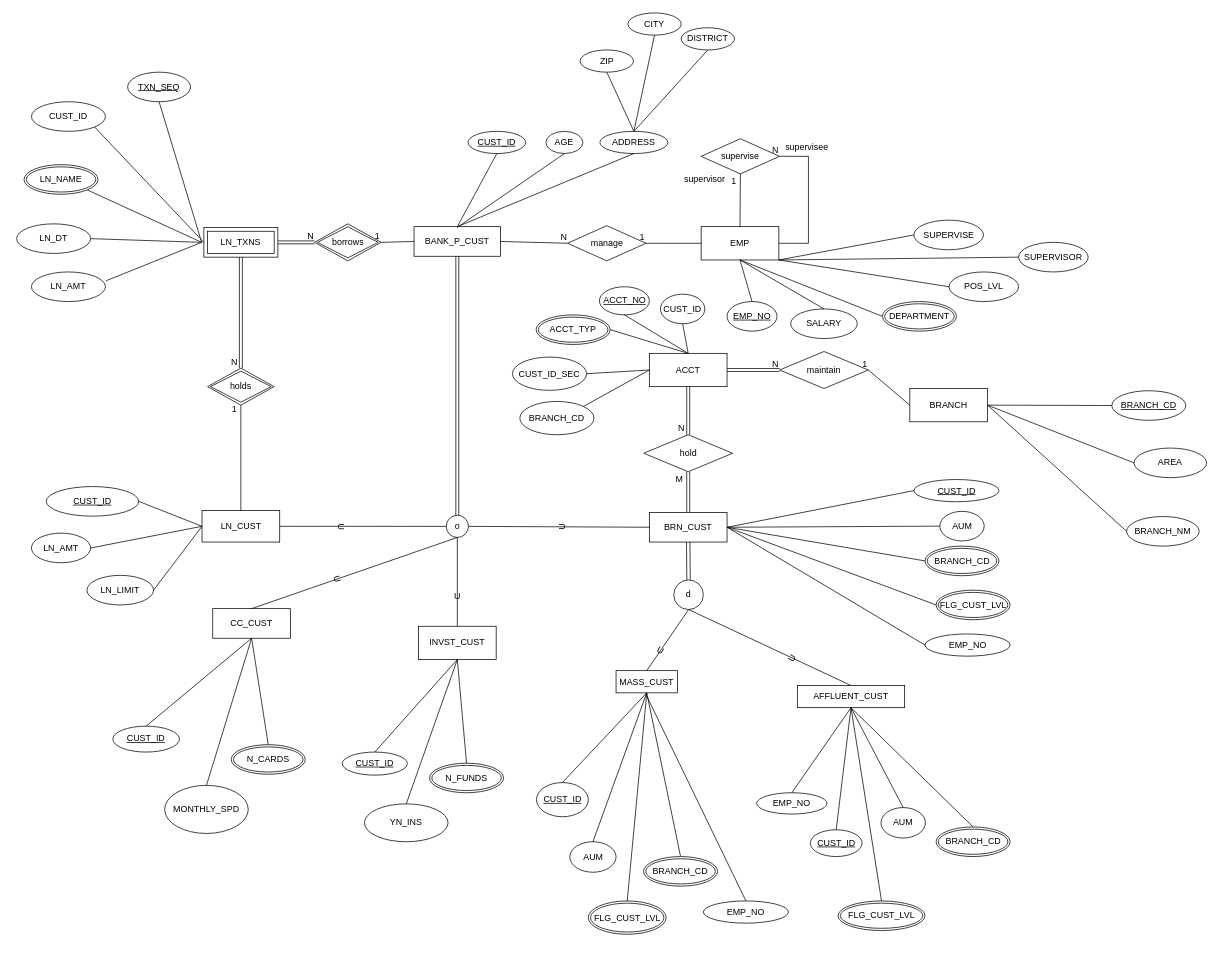
The draw.io diagram Homeworks/hw2.drawio in qqaazz800624/2023_Database_Systems_SQLtoNoSQL, before the edit. Source tidied: cells renumbered, new cells numbered last; positions are measured from the earlier drawing's top-left corner, leaving out a move shared by most shapes. Both pictures are drawn from the tidied source at 74%, with x=0, y=0 at pixel (16, 13).
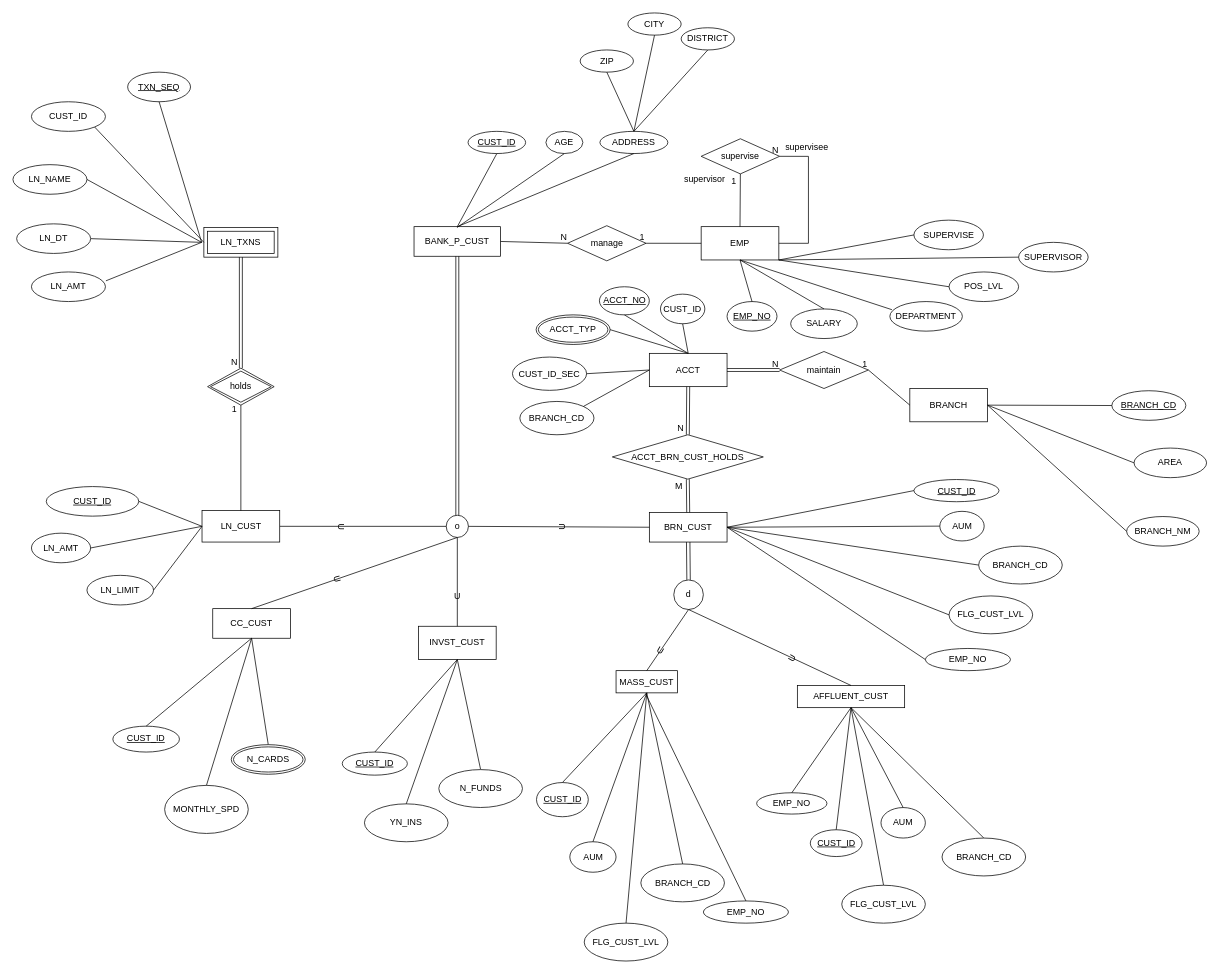
The same diagram, later.

The change refers to these unchanged cells:
```xml
<mxCell id="2" value="BANK_P_CUST" style="rounded=0;whiteSpace=wrap;html=1;" parent="1" vertex="1">
  <mxGeometry x="537" y="288.8" width="117" height="40" as="geometry" />
</mxCell>
<mxCell id="4" value="BRN_CUST" style="rounded=0;whiteSpace=wrap;html=1;" parent="1" vertex="1">
  <mxGeometry x="855" y="675" width="105" height="40" as="geometry" />
</mxCell>
<mxCell id="17" value="MASS_CUST" style="rounded=0;whiteSpace=wrap;html=1;" parent="1" vertex="1">
  <mxGeometry x="810" y="888.8" width="83" height="30" as="geometry" />
</mxCell>
<mxCell id="18" value="AFFLUENT_CUST" style="rounded=0;whiteSpace=wrap;html=1;" parent="1" vertex="1">
  <mxGeometry x="1055" y="908.8" width="145" height="30" as="geometry" />
</mxCell>
<mxCell id="64" value="LN_TXNS" style="shape=ext;margin=3;double=1;whiteSpace=wrap;html=1;align=center;" parent="1" vertex="1">
  <mxGeometry x="253" y="290" width="100" height="40" as="geometry" />
</mxCell>
<mxCell id="76" value="EMP" style="rounded=0;whiteSpace=wrap;html=1;" parent="1" vertex="1">
  <mxGeometry x="925" y="288.8" width="105" height="45" as="geometry" />
</mxCell>
```

Diff of the diagram source:
```diff
@@
-    <mxCell id="29" style="endArrow=none;html=1;rounded=0;exitX=1;exitY=1;exitDx=0;exitDy=0;entryX=0;entryY=0.5;entryDx=0;entryDy=0;" parent="1" edge="1" source="131">
+    <mxCell id="29" style="endArrow=none;html=1;rounded=0;exitX=1;exitY=0.5;exitDx=0;exitDy=0;entryX=0;entryY=0.5;entryDx=0;entryDy=0;" parent="1" edge="1" source="131">
       <mxGeometry relative="1" as="geometry">
         <mxPoint x="250" y="310" as="targetPoint" />
       </mxGeometry>
     </mxCell>
@@
-    <mxCell id="42" value="BRANCH_CD" style="ellipse;shape=doubleEllipse;margin=3;whiteSpace=wrap;html=1;align=center;" parent="1" vertex="1">
-      <mxGeometry x="1227.5" y="720.5" width="100" height="40" as="geometry" />
-    </mxCell>
-    <mxCell id="43" style="endArrow=none;html=1;rounded=0;entryX=1;entryY=0.5;entryDx=0;entryDy=0;exitX=0;exitY=0.5;exitDx=0;exitDy=0;" parent="1" edge="1" source="42" target="4">
+    <mxCell id="43" style="endArrow=none;html=1;rounded=0;entryX=1;entryY=0.5;entryDx=0;entryDy=0;exitX=0;exitY=0.5;exitDx=0;exitDy=0;" parent="1" edge="1" source="164" target="4">
       <mxGeometry relative="1" as="geometry" />
     </mxCell>
@@
-    <mxCell id="55" style="endArrow=none;html=1;rounded=0;entryX=0.5;entryY=1;entryDx=0;entryDy=0;exitX=0.5;exitY=0;exitDx=0;exitDy=0;" parent="1" edge="1" source="159" target="17">
+    <mxCell id="55" style="endArrow=none;html=1;rounded=0;entryX=0.5;entryY=1;entryDx=0;entryDy=0;exitX=0.5;exitY=0;exitDx=0;exitDy=0;" parent="1" edge="1" source="160" target="17">
       <mxGeometry relative="1" as="geometry" />
     </mxCell>
@@
-    <mxCell id="59" style="endArrow=none;html=1;rounded=0;entryX=0.5;entryY=1;entryDx=0;entryDy=0;exitX=0.5;exitY=0;exitDx=0;exitDy=0;" parent="1" edge="1" source="158" target="18">
+    <mxCell id="59" style="endArrow=none;html=1;rounded=0;entryX=0.5;entryY=1;entryDx=0;entryDy=0;exitX=0.5;exitY=0;exitDx=0;exitDy=0;" parent="1" edge="1" source="163" target="18">
       <mxGeometry relative="1" as="geometry" />
     </mxCell>
@@
-    <mxCell id="63" value="N_FUNDS" style="ellipse;shape=doubleEllipse;margin=3;whiteSpace=wrap;html=1;align=center;" parent="1" vertex="1">
-      <mxGeometry x="558" y="1013.8" width="100" height="40" as="geometry" />
-    </mxCell>
@@
-    <mxCell id="66" style="shape=link;html=1;rounded=0;exitX=1;exitY=0.5;exitDx=0;exitDy=0;entryX=0;entryY=0.5;entryDx=0;entryDy=0;" parent="1" edge="1" source="64" target="70">
-      <mxGeometry relative="1" as="geometry" />
-    </mxCell>
-    <mxCell id="67" value="N" style="html=1;whiteSpace=wrap;align=right;verticalAlign=bottom;" parent="66" vertex="1">
-      <mxGeometry x="1" relative="1" as="geometry" />
-    </mxCell>
-    <mxCell id="68" style="endArrow=none;html=1;rounded=0;exitX=0;exitY=0.5;exitDx=0;exitDy=0;entryX=1;entryY=0.5;entryDx=0;entryDy=0;" parent="1" edge="1" source="2" target="70">
-      <mxGeometry relative="1" as="geometry" />
-    </mxCell>
-    <mxCell id="69" value="1" style="html=1;whiteSpace=wrap;align=right;verticalAlign=bottom;" parent="68" vertex="1">
-      <mxGeometry x="1" relative="1" as="geometry" />
-    </mxCell>
-    <mxCell id="70" value="borrows" style="shape=rhombus;double=1;perimeter=rhombusPerimeter;whiteSpace=wrap;html=1;align=center;" parent="1" vertex="1">
-      <mxGeometry x="402.5" y="285" width="90" height="50" as="geometry" />
-    </mxCell>
@@
-    <mxCell id="90" value="hold" style="shape=rhombus;perimeter=rhombusPerimeter;whiteSpace=wrap;html=1;align=center;" parent="1" vertex="1">
-      <mxGeometry x="847.5" y="570" width="120" height="50" as="geometry" />
+    <mxCell id="90" value="ACCT_BRN_CUST_HOLDS" style="shape=rhombus;perimeter=rhombusPerimeter;whiteSpace=wrap;html=1;align=center;" parent="1" vertex="1">
+      <mxGeometry x="805" y="570" width="204" height="60" as="geometry" />
     </mxCell>
@@
-    <mxCell id="127" style="endArrow=none;html=1;rounded=0;exitX=0.5;exitY=1;exitDx=0;exitDy=0;entryX=0;entryY=0.5;entryDx=0;entryDy=0;" parent="1" edge="1" source="76" target="128">
+    <mxCell id="127" style="endArrow=none;html=1;rounded=0;exitX=0.5;exitY=1;exitDx=0;exitDy=0;entryX=0.029;entryY=0.275;entryDx=0;entryDy=0;entryPerimeter=0;" parent="1" edge="1" source="76" target="128">
       <mxGeometry relative="1" as="geometry" />
     </mxCell>
-    <mxCell id="128" value="DEPARTMENT" style="ellipse;shape=doubleEllipse;margin=3;whiteSpace=wrap;html=1;align=center;" parent="1" vertex="1">
-      <mxGeometry x="1170" y="390" width="100" height="40" as="geometry" />
-    </mxCell>
@@
-    <mxCell id="131" value="LN_NAME" style="ellipse;shape=doubleEllipse;margin=3;whiteSpace=wrap;html=1;align=center;" parent="1" vertex="1">
-      <mxGeometry x="10" y="205" width="100" height="40" as="geometry" />
-    </mxCell>
@@
-    <mxCell id="136" style="endArrow=none;html=1;rounded=0;exitX=0;exitY=0.5;exitDx=0;exitDy=0;entryX=1;entryY=0.5;entryDx=0;entryDy=0;" parent="1" edge="1" source="157" target="4">
+    <mxCell id="136" style="endArrow=none;html=1;rounded=0;exitX=0;exitY=0.5;exitDx=0;exitDy=0;entryX=1;entryY=0.5;entryDx=0;entryDy=0;" parent="1" edge="1" source="165" target="4">
       <mxGeometry relative="1" as="geometry" />
     </mxCell>
@@
-    <mxCell id="139" style="endArrow=none;html=1;rounded=0;entryX=0.5;entryY=1;entryDx=0;entryDy=0;exitX=0.5;exitY=0;exitDx=0;exitDy=0;" parent="1" edge="1" source="142" target="17">
+    <mxCell id="139" style="endArrow=none;html=1;rounded=0;entryX=0.5;entryY=1;entryDx=0;entryDy=0;exitX=0.5;exitY=0;exitDx=0;exitDy=0;" parent="1" edge="1" source="161" target="17">
       <mxGeometry relative="1" as="geometry" />
     </mxCell>
-    <mxCell id="140" value="BRANCH_CD" style="ellipse;shape=doubleEllipse;margin=3;whiteSpace=wrap;html=1;align=center;" parent="1" vertex="1">
-      <mxGeometry x="1242.5" y="1100" width="100" height="40" as="geometry" />
-    </mxCell>
-    <mxCell id="141" style="endArrow=none;html=1;rounded=0;entryX=0.5;entryY=1;entryDx=0;entryDy=0;exitX=0.5;exitY=0;exitDx=0;exitDy=0;" parent="1" edge="1" source="140" target="18">
+    <mxCell id="141" style="endArrow=none;html=1;rounded=0;entryX=0.5;entryY=1;entryDx=0;entryDy=0;exitX=0.5;exitY=0;exitDx=0;exitDy=0;" parent="1" edge="1" source="162" target="18">
       <mxGeometry relative="1" as="geometry" />
     </mxCell>
-    <mxCell id="142" value="BRANCH_CD" style="ellipse;shape=doubleEllipse;margin=3;whiteSpace=wrap;html=1;align=center;" parent="1" vertex="1">
-      <mxGeometry x="847.2" y="1140" width="100" height="40" as="geometry" />
-    </mxCell>
@@
     <mxCell id="151" value="EMP_NO" style="ellipse;whiteSpace=wrap;html=1;" parent="1" vertex="1">
-      <mxGeometry x="1227.5" y="839.2" width="115" height="30" as="geometry" />
+      <mxGeometry x="1228" y="858.8" width="115" height="30" as="geometry" />
     </mxCell>
@@
-    <mxCell id="157" value="FLG_CUST_LVL" style="ellipse;shape=doubleEllipse;margin=3;whiteSpace=wrap;html=1;align=center;" parent="1" vertex="1">
-      <mxGeometry x="1242.5" y="780" width="100" height="40" as="geometry" />
-    </mxCell>
-    <mxCell id="158" value="FLG_CUST_LVL" style="ellipse;shape=doubleEllipse;margin=3;whiteSpace=wrap;html=1;align=center;" parent="1" vertex="1">
-      <mxGeometry x="1110" y="1200" width="117.5" height="40" as="geometry" />
-    </mxCell>
-    <mxCell id="159" value="FLG_CUST_LVL" style="ellipse;shape=doubleEllipse;margin=3;whiteSpace=wrap;html=1;align=center;" parent="1" vertex="1">
-      <mxGeometry x="772.5" y="1200" width="105.2" height="45" as="geometry" />
-    </mxCell>
+    <mxCell id="131" value="LN_NAME" style="ellipse;whiteSpace=wrap;html=1;" parent="1" vertex="1">
+      <mxGeometry x="-5" y="205" width="100" height="40" as="geometry" />
+    </mxCell>
+    <mxCell id="63" value="N_FUNDS" style="ellipse;whiteSpace=wrap;html=1;" parent="1" vertex="1">
+      <mxGeometry x="570.5" y="1022.5" width="113" height="51.2" as="geometry" />
+    </mxCell>
+    <mxCell id="160" value="FLG_CUST_LVL" style="ellipse;whiteSpace=wrap;html=1;" parent="1" vertex="1">
+      <mxGeometry x="767" y="1230" width="113" height="51.2" as="geometry" />
+    </mxCell>
+    <mxCell id="161" value="BRANCH_CD" style="ellipse;whiteSpace=wrap;html=1;" parent="1" vertex="1">
+      <mxGeometry x="843.5" y="1150" width="113" height="51.2" as="geometry" />
+    </mxCell>
+    <mxCell id="162" value="BRANCH_CD" style="ellipse;whiteSpace=wrap;html=1;" parent="1" vertex="1">
+      <mxGeometry x="1250.5" y="1115" width="113" height="51.2" as="geometry" />
+    </mxCell>
+    <mxCell id="163" value="FLG_CUST_LVL" style="ellipse;whiteSpace=wrap;html=1;" parent="1" vertex="1">
+      <mxGeometry x="1115" y="1178.8" width="113" height="51.2" as="geometry" />
+    </mxCell>
+    <mxCell id="164" value="BRANCH_CD" style="ellipse;whiteSpace=wrap;html=1;" parent="1" vertex="1">
+      <mxGeometry x="1300" y="720.5" width="113" height="51.2" as="geometry" />
+    </mxCell>
+    <mxCell id="165" value="FLG_CUST_LVL" style="ellipse;whiteSpace=wrap;html=1;" parent="1" vertex="1">
+      <mxGeometry x="1260" y="787.8" width="113" height="51.2" as="geometry" />
+    </mxCell>
+    <mxCell id="128" value="DEPARTMENT" style="ellipse;whiteSpace=wrap;html=1;" parent="1" vertex="1">
+      <mxGeometry x="1180" y="390" width="98" height="40" as="geometry" />
+    </mxCell>
```
